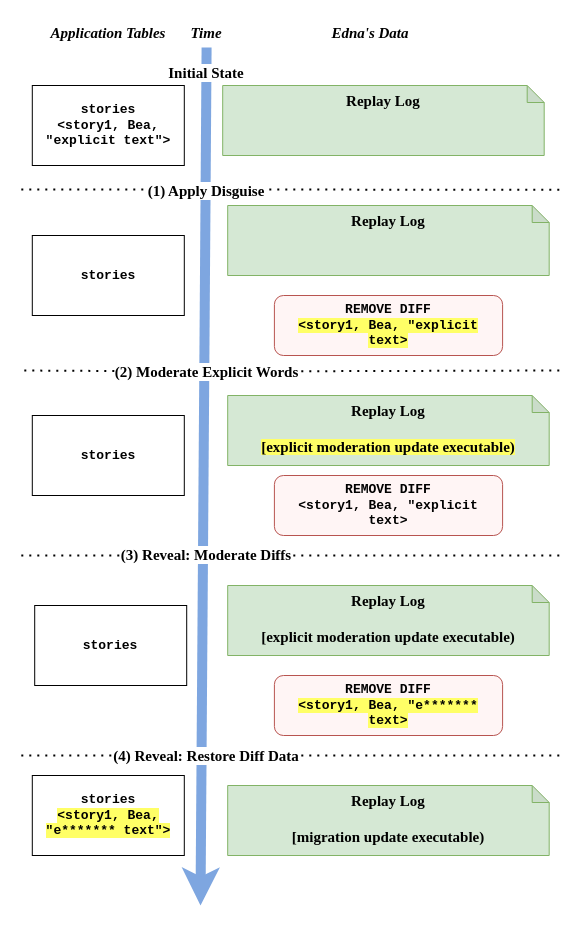
The draw.io diagram page "updates" (17 of 21) of thesis/figs/edna.drawio in tslilyai/thesis, before the edit. Source tidied: cells renumbered, new cells numbered last; positions are measured from the earlier drawing's top-left corner, leaving out a move shared by most shapes. Both pictures are drawn from the tidied source at 100%, with x=0, y=0 at pixel (18, 17).
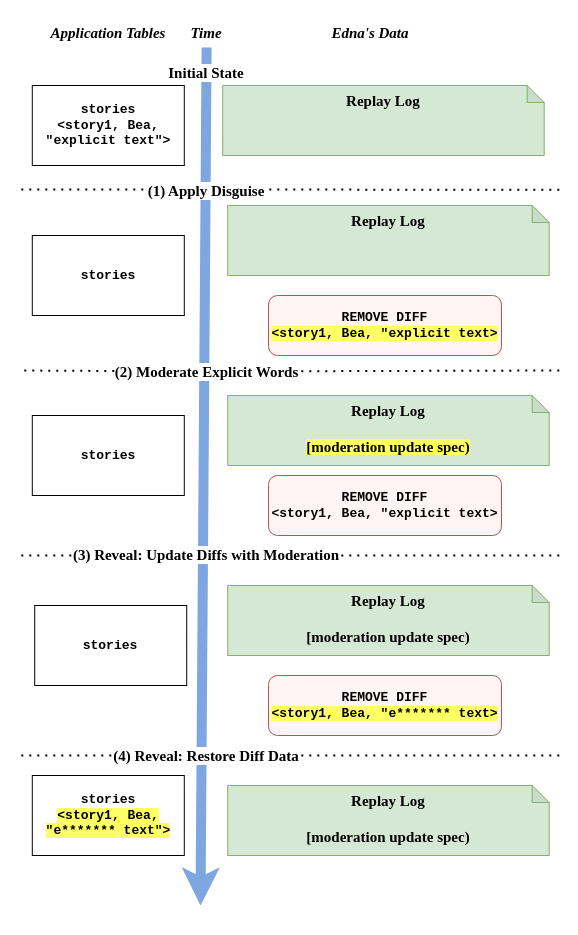
The same diagram, later.

Diff of the diagram source:
```diff
@@
     <mxCell id="2" value="REMOVE DIFF&lt;br style=&quot;font-size: 13px;&quot;&gt;&lt;span style=&quot;background-color: rgb(255, 255, 102); font-size: 13px;&quot;&gt;&amp;lt;story1, Bea, &quot;explicit text&amp;gt;&lt;/span&gt;" style="rounded=1;whiteSpace=wrap;html=1;fillColor=#fff5f5;strokeColor=#b85450;fontSize=13;fontFamily=Courier New;fontStyle=1;" parent="1" vertex="1">
-      <mxGeometry x="255.9" y="278" width="228.2" height="60" as="geometry" />
+      <mxGeometry x="250" y="278" width="233" height="60" as="geometry" />
     </mxCell>
@@
-    <mxCell id="8" value="&lt;span style=&quot;font-size: 15px;&quot;&gt;Replay Log&lt;br style=&quot;font-size: 15px;&quot;&gt;&lt;/span&gt;&lt;br style=&quot;font-size: 15px;&quot;&gt;&lt;span style=&quot;background-color: rgb(255, 255, 102);&quot;&gt;[explicit moderation update executable)&lt;br style=&quot;font-size: 15px;&quot;&gt;&lt;/span&gt;&lt;br style=&quot;font-size: 15px;&quot;&gt;&lt;div style=&quot;font-size: 15px;&quot;&gt;&lt;br style=&quot;font-size: 15px;&quot;&gt;&lt;/div&gt;" style="shape=note;whiteSpace=wrap;html=1;backgroundOutline=1;darkOpacity=0.05;size=17;fillColor=#d5e8d4;strokeColor=#82b366;fontSize=15;verticalAlign=top;fontFamily=Times New Roman;fontStyle=1;" parent="1" vertex="1">
+    <mxCell id="8" value="&lt;span style=&quot;font-size: 15px;&quot;&gt;Replay Log&lt;br style=&quot;font-size: 15px;&quot;&gt;&lt;/span&gt;&lt;br style=&quot;font-size: 15px;&quot;&gt;&lt;span style=&quot;background-color: rgb(255, 255, 102);&quot;&gt;[moderation update spec)&lt;br style=&quot;font-size: 15px;&quot;&gt;&lt;/span&gt;&lt;br style=&quot;font-size: 15px;&quot;&gt;&lt;div style=&quot;font-size: 15px;&quot;&gt;&lt;br style=&quot;font-size: 15px;&quot;&gt;&lt;/div&gt;" style="shape=note;whiteSpace=wrap;html=1;backgroundOutline=1;darkOpacity=0.05;size=17;fillColor=#d5e8d4;strokeColor=#82b366;fontSize=15;verticalAlign=top;fontFamily=Times New Roman;fontStyle=1;" parent="1" vertex="1">
       <mxGeometry x="209.2" y="378" width="321.5" height="70" as="geometry" />
     </mxCell>
@@
-    <mxCell id="10" value="&lt;span style=&quot;font-size: 15px;&quot;&gt;Replay Log&lt;br style=&quot;font-size: 15px;&quot;&gt;&lt;/span&gt;&lt;br style=&quot;font-size: 15px;&quot;&gt;[migration update executable)&lt;br style=&quot;font-size: 15px;&quot;&gt;&lt;br style=&quot;font-size: 15px;&quot;&gt;&lt;div style=&quot;font-size: 15px;&quot;&gt;&lt;br style=&quot;font-size: 15px;&quot;&gt;&lt;/div&gt;" style="shape=note;whiteSpace=wrap;html=1;backgroundOutline=1;darkOpacity=0.05;size=17;fillColor=#d5e8d4;strokeColor=#82b366;fontSize=15;verticalAlign=top;fontFamily=Times New Roman;fontStyle=1;" parent="1" vertex="1">
+    <mxCell id="10" value="&lt;span style=&quot;font-size: 15px;&quot;&gt;Replay Log&lt;br style=&quot;font-size: 15px;&quot;&gt;&lt;/span&gt;&lt;br style=&quot;font-size: 15px;&quot;&gt;[moderation update spec)&lt;br style=&quot;font-size: 15px;&quot;&gt;&lt;br style=&quot;font-size: 15px;&quot;&gt;&lt;div style=&quot;font-size: 15px;&quot;&gt;&lt;br style=&quot;font-size: 15px;&quot;&gt;&lt;/div&gt;" style="shape=note;whiteSpace=wrap;html=1;backgroundOutline=1;darkOpacity=0.05;size=17;fillColor=#d5e8d4;strokeColor=#82b366;fontSize=15;verticalAlign=top;fontFamily=Times New Roman;fontStyle=1;" parent="1" vertex="1">
       <mxGeometry x="209.2" y="768" width="321.5" height="70" as="geometry" />
     </mxCell>
@@
     <mxCell id="12" value="REMOVE DIFF&lt;br style=&quot;font-size: 13px;&quot;&gt;&amp;lt;story1, Bea, &quot;explicit text&amp;gt;" style="rounded=1;whiteSpace=wrap;html=1;fillColor=#fff5f5;strokeColor=#b85450;fontSize=13;fontFamily=Courier New;fontStyle=1;" parent="1" vertex="1">
-      <mxGeometry x="255.9" y="458" width="228.2" height="60" as="geometry" />
+      <mxGeometry x="250" y="458" width="233" height="60" as="geometry" />
     </mxCell>
-    <mxCell id="13" value="&lt;span style=&quot;font-size: 15px;&quot;&gt;Replay Log&lt;br style=&quot;font-size: 15px;&quot;&gt;&lt;/span&gt;&lt;br style=&quot;font-size: 15px;&quot;&gt;[explicit moderation update executable)&lt;br style=&quot;font-size: 15px;&quot;&gt;&lt;br style=&quot;font-size: 15px;&quot;&gt;&lt;div style=&quot;font-size: 15px;&quot;&gt;&lt;br style=&quot;font-size: 15px;&quot;&gt;&lt;/div&gt;" style="shape=note;whiteSpace=wrap;html=1;backgroundOutline=1;darkOpacity=0.05;size=17;fillColor=#d5e8d4;strokeColor=#82b366;fontSize=15;verticalAlign=top;fontFamily=Times New Roman;fontStyle=1;" parent="1" vertex="1">
+    <mxCell id="13" value="&lt;span style=&quot;font-size: 15px;&quot;&gt;Replay Log&lt;br style=&quot;font-size: 15px;&quot;&gt;&lt;/span&gt;&lt;br style=&quot;font-size: 15px;&quot;&gt;[moderation update spec)&lt;br style=&quot;font-size: 15px;&quot;&gt;&lt;br style=&quot;font-size: 15px;&quot;&gt;&lt;div style=&quot;font-size: 15px;&quot;&gt;&lt;br style=&quot;font-size: 15px;&quot;&gt;&lt;/div&gt;" style="shape=note;whiteSpace=wrap;html=1;backgroundOutline=1;darkOpacity=0.05;size=17;fillColor=#d5e8d4;strokeColor=#82b366;fontSize=15;verticalAlign=top;fontFamily=Times New Roman;fontStyle=1;" parent="1" vertex="1">
       <mxGeometry x="209.2" y="568" width="321.5" height="70" as="geometry" />
     </mxCell>
     <mxCell id="14" value="REMOVE DIFF&lt;br style=&quot;font-size: 13px;&quot;&gt;&lt;span style=&quot;background-color: rgb(255, 255, 102); font-size: 13px;&quot;&gt;&amp;lt;story1, Bea, &quot;e******* text&amp;gt;&lt;/span&gt;" style="rounded=1;whiteSpace=wrap;html=1;fillColor=#fff5f5;strokeColor=#b85450;fontSize=13;fontFamily=Courier New;fontStyle=1;" parent="1" vertex="1">
-      <mxGeometry x="255.9" y="658" width="228.2" height="60" as="geometry" />
+      <mxGeometry x="250" y="658" width="233" height="60" as="geometry" />
     </mxCell>
@@
-    <mxCell id="24" value="(3) Reveal: Moderate Diffs" style="text;html=1;align=center;verticalAlign=middle;whiteSpace=wrap;rounded=0;fontStyle=1;fontSize=15;fontFamily=Times New Roman;labelBackgroundColor=default;spacing=0;" parent="1" vertex="1">
+    <mxCell id="24" value="(3) Reveal: Update Diffs with Moderation" style="text;html=1;align=center;verticalAlign=middle;whiteSpace=wrap;rounded=0;fontStyle=1;fontSize=15;fontFamily=Times New Roman;labelBackgroundColor=default;spacing=0;" parent="1" vertex="1">
       <mxGeometry x="23.2" y="522" width="330" height="30" as="geometry" />
     </mxCell>
```
